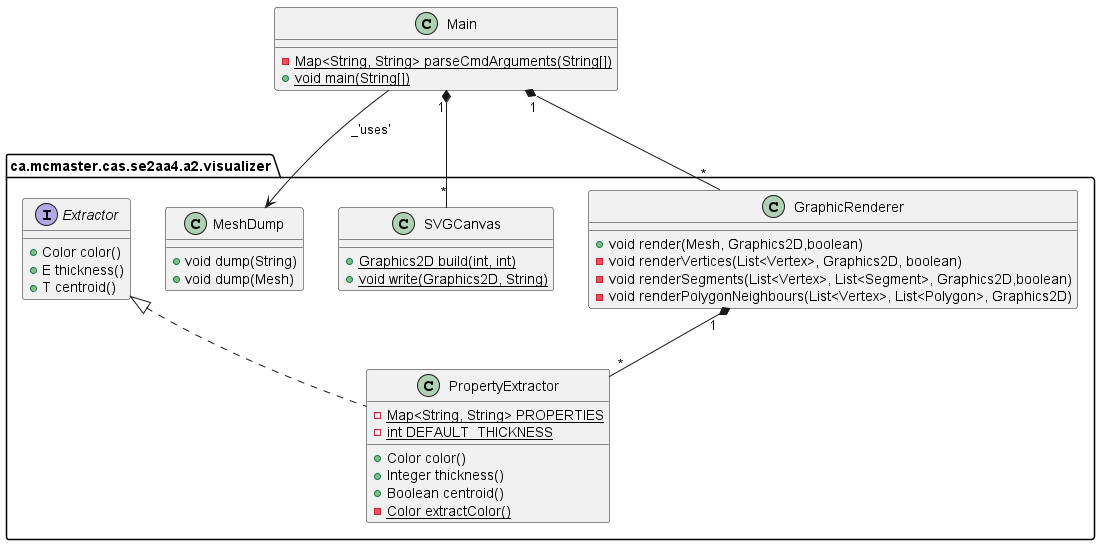
Earlier version of the PlantUML export visualizer/VisualizerUML.png (Ahren-Chen/MeshGenerator).
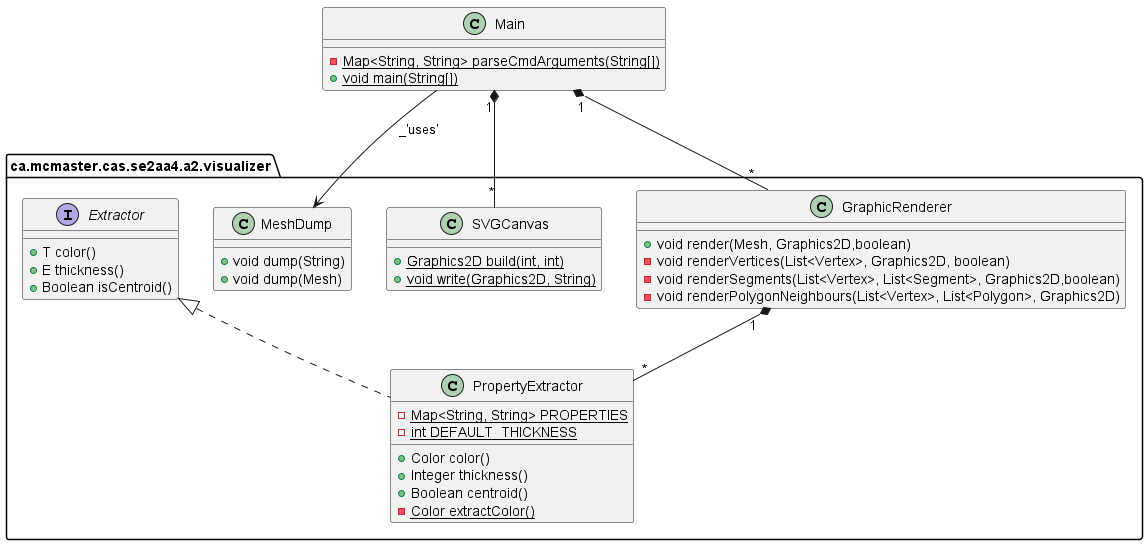
Above is the later version.

Commit message:
Updated Visualizer UML

Diff of the diagram source:
```diff
@@ -27,9 +27,9 @@
 + {static} void main(String[])
 }
 interface ca.mcmaster.cas.se2aa4.a2.visualizer.Extractor {
-+ Color color()
++ T color()
 + E thickness()
-+ T centroid()
++ Boolean isCentroid()
 }
 
 Main "1" *-- "*" ca.mcmaster.cas.se2aa4.a2.visualizer.GraphicRenderer
```
